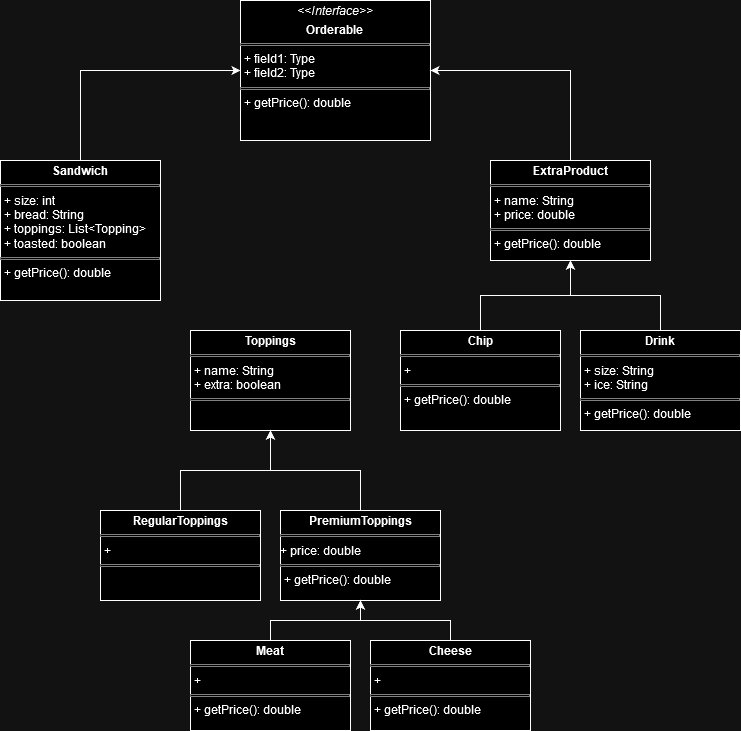
nitrodum/DELI-cious keeps this draw.io diagram as ReadMeImages/diagram.png. Above is the earlier version. Source tidied: cells renumbered, new cells last; positions are measured from the earlier drawing's top-left corner, leaving out a move shared by most shapes. Source of this version:
```xml
<mxGraphModel>
  <root>
    <mxCell id="0" />
    <mxCell id="1" parent="0" />
    <mxCell id="2" style="edgeStyle=orthogonalEdgeStyle;rounded=0;jettySize=auto;html=1;exitX=0.5;exitY=0;exitDx=0;exitDy=0;entryX=0;entryY=0.5;entryDx=0;entryDy=0;" parent="1" edge="1" source="3" target="13">
      <mxGeometry relative="1" as="geometry" />
    </mxCell>
    <mxCell id="3" value="&lt;p style=&quot;margin:0px;margin-top:4px;text-align:center;&quot;&gt;&lt;b&gt;Sandwich&lt;/b&gt;&lt;/p&gt;&lt;hr size=&quot;1&quot; style=&quot;border-style:solid;&quot;&gt;&lt;p style=&quot;margin:0px;margin-left:4px;&quot;&gt;+ size: int&lt;/p&gt;&lt;p style=&quot;margin:0px;margin-left:4px;&quot;&gt;+ bread: String&lt;br&gt;&lt;/p&gt;&lt;p style=&quot;margin:0px;margin-left:4px;&quot;&gt;+ toppings: List&amp;lt;Topping&amp;gt;&lt;/p&gt;&lt;p style=&quot;margin:0px;margin-left:4px;&quot;&gt;+ toasted: boolean&lt;br&gt;&lt;/p&gt;&lt;hr size=&quot;1&quot; style=&quot;border-style:solid;&quot;&gt;&lt;p style=&quot;margin:0px;margin-left:4px;&quot;&gt;+ getPrice(): double&lt;br&gt;&lt;/p&gt;" style="verticalAlign=top;align=left;overflow=fill;html=1;whiteSpace=wrap;" parent="1" vertex="1">
      <mxGeometry y="160" width="160" height="140" as="geometry" />
    </mxCell>
    <mxCell id="4" value="&lt;p style=&quot;margin:0px;margin-top:4px;text-align:center;&quot;&gt;&lt;b&gt;Toppings&lt;/b&gt;&lt;/p&gt;&lt;hr size=&quot;1&quot; style=&quot;border-style:solid;&quot;&gt;&lt;p style=&quot;margin:0px;margin-left:4px;&quot;&gt;+ name: String&lt;br&gt;&lt;/p&gt;&lt;p style=&quot;margin:0px;margin-left:4px;&quot;&gt;+ extra: boolean&lt;br&gt;&lt;/p&gt;&lt;hr size=&quot;1&quot; style=&quot;border-style:solid;&quot;&gt;&lt;p style=&quot;margin:0px;margin-left:4px;&quot;&gt;&lt;br&gt;&lt;/p&gt;" style="verticalAlign=top;align=left;overflow=fill;html=1;whiteSpace=wrap;" parent="1" vertex="1">
      <mxGeometry x="190" y="330" width="160" height="100" as="geometry" />
    </mxCell>
    <mxCell id="5" style="edgeStyle=orthogonalEdgeStyle;rounded=0;jettySize=auto;html=1;exitX=0.5;exitY=0;exitDx=0;exitDy=0;entryX=0.5;entryY=1;entryDx=0;entryDy=0;" parent="1" edge="1" source="6" target="4">
      <mxGeometry relative="1" as="geometry" />
    </mxCell>
    <mxCell id="6" value="&lt;p style=&quot;margin:0px;margin-top:4px;text-align:center;&quot;&gt;&lt;b&gt;RegularToppings&lt;/b&gt;&lt;/p&gt;&lt;hr size=&quot;1&quot; style=&quot;border-style:solid;&quot;&gt;&lt;p style=&quot;margin:0px;margin-left:4px;&quot;&gt;+ &lt;br&gt;&lt;/p&gt;&lt;hr size=&quot;1&quot; style=&quot;border-style:solid;&quot;&gt;&lt;p style=&quot;margin:0px;margin-left:4px;&quot;&gt;&lt;br&gt;&lt;/p&gt;" style="verticalAlign=top;align=left;overflow=fill;html=1;whiteSpace=wrap;" parent="1" vertex="1">
      <mxGeometry x="100" y="510" width="160" height="90" as="geometry" />
    </mxCell>
    <mxCell id="7" style="edgeStyle=orthogonalEdgeStyle;rounded=0;jettySize=auto;html=1;exitX=0.5;exitY=0;exitDx=0;exitDy=0;entryX=0.5;entryY=1;entryDx=0;entryDy=0;" parent="1" edge="1" source="8" target="4">
      <mxGeometry relative="1" as="geometry" />
    </mxCell>
    <mxCell id="8" value="&lt;p style=&quot;margin:0px;margin-top:4px;text-align:center;&quot;&gt;&lt;b&gt;PremiumToppings&lt;/b&gt;&lt;/p&gt;&lt;hr size=&quot;1&quot; style=&quot;border-style:solid;&quot;&gt;+ price: double&lt;hr size=&quot;1&quot; style=&quot;border-style:solid;&quot;&gt;&lt;p style=&quot;margin:0px;margin-left:4px;&quot;&gt;+ getPrice(): double&lt;/p&gt;" style="verticalAlign=top;align=left;overflow=fill;html=1;whiteSpace=wrap;" parent="1" vertex="1">
      <mxGeometry x="280" y="510" width="160" height="90" as="geometry" />
    </mxCell>
    <mxCell id="9" style="edgeStyle=orthogonalEdgeStyle;rounded=0;jettySize=auto;html=1;exitX=0.5;exitY=0;exitDx=0;exitDy=0;entryX=0.5;entryY=1;entryDx=0;entryDy=0;" parent="1" edge="1" source="10" target="15">
      <mxGeometry relative="1" as="geometry" />
    </mxCell>
    <mxCell id="10" value="&lt;p style=&quot;margin:0px;margin-top:4px;text-align:center;&quot;&gt;&lt;b&gt;Drink&lt;/b&gt;&lt;/p&gt;&lt;hr size=&quot;1&quot; style=&quot;border-style:solid;&quot;&gt;&lt;p style=&quot;margin:0px;margin-left:4px;&quot;&gt;+ size: String&lt;/p&gt;&lt;p style=&quot;margin:0px;margin-left:4px;&quot;&gt;+ ice: String&lt;br&gt;&lt;/p&gt;&lt;hr size=&quot;1&quot; style=&quot;border-style:solid;&quot;&gt;&lt;p style=&quot;margin:0px;margin-left:4px;&quot;&gt;+ getPrice(): double&lt;/p&gt;" style="verticalAlign=top;align=left;overflow=fill;html=1;whiteSpace=wrap;" parent="1" vertex="1">
      <mxGeometry x="580" y="330" width="160" height="100" as="geometry" />
    </mxCell>
    <mxCell id="11" style="edgeStyle=orthogonalEdgeStyle;rounded=0;jettySize=auto;html=1;exitX=0.5;exitY=0;exitDx=0;exitDy=0;entryX=0.5;entryY=1;entryDx=0;entryDy=0;" parent="1" edge="1" source="12" target="15">
      <mxGeometry relative="1" as="geometry" />
    </mxCell>
    <mxCell id="12" value="&lt;p style=&quot;margin:0px;margin-top:4px;text-align:center;&quot;&gt;&lt;b&gt;Chip&lt;/b&gt;&lt;/p&gt;&lt;hr size=&quot;1&quot; style=&quot;border-style:solid;&quot;&gt;&lt;p style=&quot;margin:0px;margin-left:4px;&quot;&gt;+ &lt;br&gt;&lt;/p&gt;&lt;hr size=&quot;1&quot; style=&quot;border-style:solid;&quot;&gt;&lt;p style=&quot;margin:0px;margin-left:4px;&quot;&gt;+ getPrice(): double&lt;/p&gt;" style="verticalAlign=top;align=left;overflow=fill;html=1;whiteSpace=wrap;" parent="1" vertex="1">
      <mxGeometry x="400" y="330" width="160" height="100" as="geometry" />
    </mxCell>
    <mxCell id="13" value="&lt;p style=&quot;margin:0px;margin-top:4px;text-align:center;&quot;&gt;&lt;i&gt;&amp;lt;&amp;lt;Interface&amp;gt;&amp;gt;&lt;/i&gt;&lt;/p&gt;&lt;p style=&quot;margin:0px;margin-top:4px;text-align:center;&quot;&gt;&lt;b&gt;Orderable&lt;/b&gt;&lt;br&gt;&lt;/p&gt;&lt;hr size=&quot;1&quot; style=&quot;border-style:solid;&quot;&gt;&lt;p style=&quot;margin:0px;margin-left:4px;&quot;&gt;+ field1: Type&lt;br&gt;+ field2: Type&lt;/p&gt;&lt;hr size=&quot;1&quot; style=&quot;border-style:solid;&quot;&gt;&lt;p style=&quot;margin:0px;margin-left:4px;&quot;&gt;+ getPrice(): double&lt;/p&gt;" style="verticalAlign=top;align=left;overflow=fill;html=1;whiteSpace=wrap;" parent="1" vertex="1">
      <mxGeometry x="240" width="190" height="140" as="geometry" />
    </mxCell>
    <mxCell id="14" style="edgeStyle=orthogonalEdgeStyle;rounded=0;jettySize=auto;html=1;exitX=0.5;exitY=0;exitDx=0;exitDy=0;entryX=1;entryY=0.5;entryDx=0;entryDy=0;" parent="1" edge="1" source="15" target="13">
      <mxGeometry relative="1" as="geometry" />
    </mxCell>
    <mxCell id="15" value="&lt;p style=&quot;margin:0px;margin-top:4px;text-align:center;&quot;&gt;&lt;b&gt;ExtraProduct&lt;/b&gt;&lt;/p&gt;&lt;hr size=&quot;1&quot; style=&quot;border-style:solid;&quot;&gt;&lt;p style=&quot;margin:0px;margin-left:4px;&quot;&gt;+ name: String&lt;br&gt;&lt;/p&gt;&lt;p style=&quot;margin:0px;margin-left:4px;&quot;&gt;+ price: double&lt;br&gt;&lt;/p&gt;&lt;hr size=&quot;1&quot; style=&quot;border-style:solid;&quot;&gt;&lt;p style=&quot;margin:0px;margin-left:4px;&quot;&gt;+ getPrice(): double&lt;/p&gt;" style="verticalAlign=top;align=left;overflow=fill;html=1;whiteSpace=wrap;" parent="1" vertex="1">
      <mxGeometry x="490" y="160" width="160" height="100" as="geometry" />
    </mxCell>
    <mxCell id="16" style="edgeStyle=orthogonalEdgeStyle;rounded=0;jettySize=auto;html=1;exitX=0.5;exitY=0;exitDx=0;exitDy=0;entryX=0.5;entryY=1;entryDx=0;entryDy=0;" parent="1" edge="1" source="17" target="8">
      <mxGeometry relative="1" as="geometry" />
    </mxCell>
    <mxCell id="17" value="&lt;p style=&quot;margin:0px;margin-top:4px;text-align:center;&quot;&gt;&lt;b&gt;Meat&lt;/b&gt;&lt;/p&gt;&lt;hr size=&quot;1&quot; style=&quot;border-style:solid;&quot;&gt;&lt;p style=&quot;margin:0px;margin-left:4px;&quot;&gt;+ &lt;br&gt;&lt;/p&gt;&lt;hr size=&quot;1&quot; style=&quot;border-style:solid;&quot;&gt;&lt;p style=&quot;margin:0px;margin-left:4px;&quot;&gt;+ getPrice(): double&lt;/p&gt;" style="verticalAlign=top;align=left;overflow=fill;html=1;whiteSpace=wrap;" parent="1" vertex="1">
      <mxGeometry x="190" y="640" width="160" height="90" as="geometry" />
    </mxCell>
    <mxCell id="18" style="edgeStyle=orthogonalEdgeStyle;rounded=0;jettySize=auto;html=1;exitX=0.5;exitY=0;exitDx=0;exitDy=0;entryX=0.5;entryY=1;entryDx=0;entryDy=0;" parent="1" edge="1" source="19" target="8">
      <mxGeometry relative="1" as="geometry" />
    </mxCell>
    <mxCell id="19" value="&lt;p style=&quot;margin:0px;margin-top:4px;text-align:center;&quot;&gt;&lt;b&gt;Cheese&lt;/b&gt;&lt;/p&gt;&lt;hr size=&quot;1&quot; style=&quot;border-style:solid;&quot;&gt;&lt;p style=&quot;margin:0px;margin-left:4px;&quot;&gt;+ &lt;br&gt;&lt;/p&gt;&lt;hr size=&quot;1&quot; style=&quot;border-style:solid;&quot;&gt;&lt;p style=&quot;margin:0px;margin-left:4px;&quot;&gt;+ getPrice(): double&lt;/p&gt;" style="verticalAlign=top;align=left;overflow=fill;html=1;whiteSpace=wrap;" parent="1" vertex="1">
      <mxGeometry x="370" y="640" width="160" height="90" as="geometry" />
    </mxCell>
  </root>
</mxGraphModel>
```
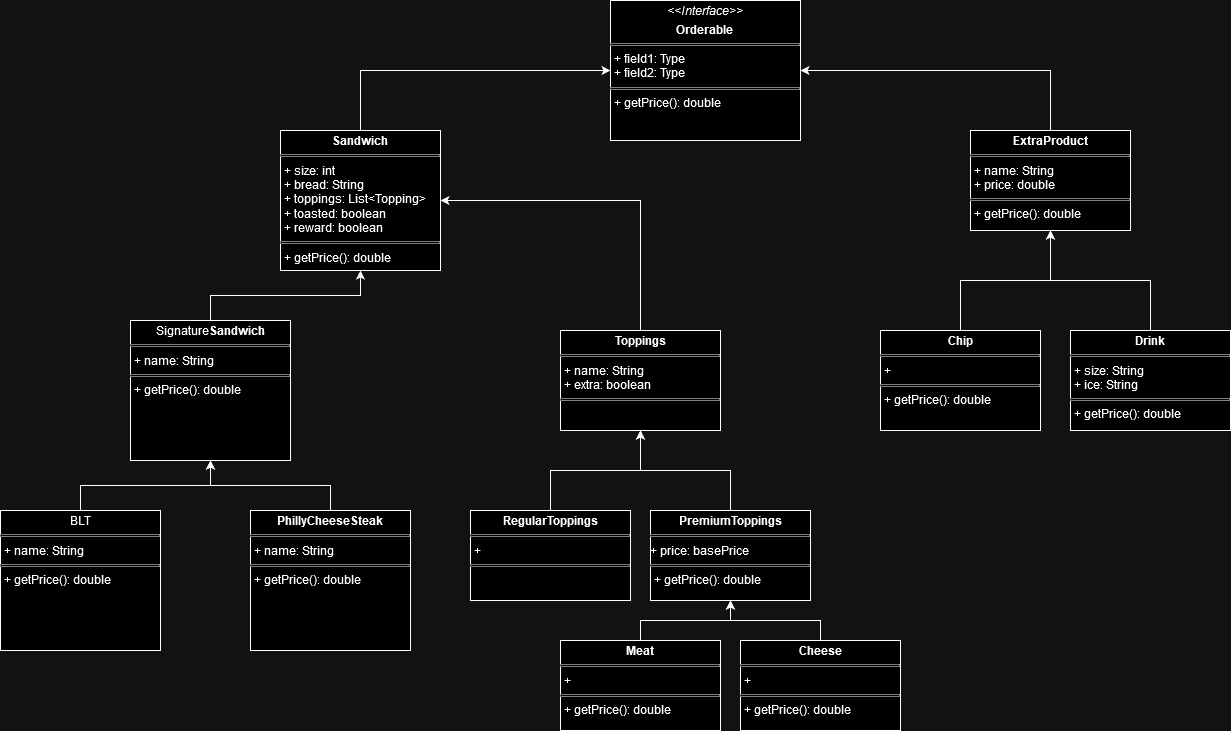
After the change.

Diff of the diagram source:
```diff
@@ -5,9 +5,12 @@
     <mxCell id="2" style="edgeStyle=orthogonalEdgeStyle;rounded=0;jettySize=auto;html=1;exitX=0.5;exitY=0;exitDx=0;exitDy=0;entryX=0;entryY=0.5;entryDx=0;entryDy=0;" parent="1" edge="1" source="3" target="13">
       <mxGeometry relative="1" as="geometry" />
     </mxCell>
-    <mxCell id="3" value="&lt;p style=&quot;margin:0px;margin-top:4px;text-align:center;&quot;&gt;&lt;b&gt;Sandwich&lt;/b&gt;&lt;/p&gt;&lt;hr size=&quot;1&quot; style=&quot;border-style:solid;&quot;&gt;&lt;p style=&quot;margin:0px;margin-left:4px;&quot;&gt;+ size: int&lt;/p&gt;&lt;p style=&quot;margin:0px;margin-left:4px;&quot;&gt;+ bread: String&lt;br&gt;&lt;/p&gt;&lt;p style=&quot;margin:0px;margin-left:4px;&quot;&gt;+ toppings: List&amp;lt;Topping&amp;gt;&lt;/p&gt;&lt;p style=&quot;margin:0px;margin-left:4px;&quot;&gt;+ toasted: boolean&lt;br&gt;&lt;/p&gt;&lt;hr size=&quot;1&quot; style=&quot;border-style:solid;&quot;&gt;&lt;p style=&quot;margin:0px;margin-left:4px;&quot;&gt;+ getPrice(): double&lt;br&gt;&lt;/p&gt;" style="verticalAlign=top;align=left;overflow=fill;html=1;whiteSpace=wrap;" parent="1" vertex="1">
-      <mxGeometry y="160" width="160" height="140" as="geometry" />
+    <mxCell id="3" value="&lt;p style=&quot;margin:0px;margin-top:4px;text-align:center;&quot;&gt;&lt;b&gt;Sandwich&lt;/b&gt;&lt;/p&gt;&lt;hr size=&quot;1&quot; style=&quot;border-style:solid;&quot;&gt;&lt;p style=&quot;margin:0px;margin-left:4px;&quot;&gt;+ size: int&lt;/p&gt;&lt;p style=&quot;margin:0px;margin-left:4px;&quot;&gt;+ bread: String&lt;br&gt;&lt;/p&gt;&lt;p style=&quot;margin:0px;margin-left:4px;&quot;&gt;+ toppings: List&amp;lt;Topping&amp;gt;&lt;/p&gt;&lt;p style=&quot;margin:0px;margin-left:4px;&quot;&gt;+ toasted: boolean&lt;/p&gt;&lt;p style=&quot;margin:0px;margin-left:4px;&quot;&gt;+ reward: boolean&lt;br&gt;&lt;/p&gt;&lt;hr size=&quot;1&quot; style=&quot;border-style:solid;&quot;&gt;&lt;p style=&quot;margin:0px;margin-left:4px;&quot;&gt;+ getPrice(): double&lt;br&gt;&lt;/p&gt;" style="verticalAlign=top;align=left;overflow=fill;html=1;whiteSpace=wrap;" parent="1" vertex="1">
+      <mxGeometry x="-90" y="130" width="160" height="140" as="geometry" />
     </mxCell>
+    <mxCell id="20" style="edgeStyle=orthogonalEdgeStyle;rounded=0;jettySize=auto;html=1;exitX=0.5;exitY=0;exitDx=0;exitDy=0;entryX=1;entryY=0.5;entryDx=0;entryDy=0;" parent="1" edge="1" source="4" target="3">
+      <mxGeometry relative="1" as="geometry" />
+    </mxCell>
     <mxCell id="4" value="&lt;p style=&quot;margin:0px;margin-top:4px;text-align:center;&quot;&gt;&lt;b&gt;Toppings&lt;/b&gt;&lt;/p&gt;&lt;hr size=&quot;1&quot; style=&quot;border-style:solid;&quot;&gt;&lt;p style=&quot;margin:0px;margin-left:4px;&quot;&gt;+ name: String&lt;br&gt;&lt;/p&gt;&lt;p style=&quot;margin:0px;margin-left:4px;&quot;&gt;+ extra: boolean&lt;br&gt;&lt;/p&gt;&lt;hr size=&quot;1&quot; style=&quot;border-style:solid;&quot;&gt;&lt;p style=&quot;margin:0px;margin-left:4px;&quot;&gt;&lt;br&gt;&lt;/p&gt;" style="verticalAlign=top;align=left;overflow=fill;html=1;whiteSpace=wrap;" parent="1" vertex="1">
       <mxGeometry x="190" y="330" width="160" height="100" as="geometry" />
     </mxCell>
@@ -20,20 +23,20 @@
     <mxCell id="7" style="edgeStyle=orthogonalEdgeStyle;rounded=0;jettySize=auto;html=1;exitX=0.5;exitY=0;exitDx=0;exitDy=0;entryX=0.5;entryY=1;entryDx=0;entryDy=0;" parent="1" edge="1" source="8" target="4">
       <mxGeometry relative="1" as="geometry" />
     </mxCell>
-    <mxCell id="8" value="&lt;p style=&quot;margin:0px;margin-top:4px;text-align:center;&quot;&gt;&lt;b&gt;PremiumToppings&lt;/b&gt;&lt;/p&gt;&lt;hr size=&quot;1&quot; style=&quot;border-style:solid;&quot;&gt;+ price: double&lt;hr size=&quot;1&quot; style=&quot;border-style:solid;&quot;&gt;&lt;p style=&quot;margin:0px;margin-left:4px;&quot;&gt;+ getPrice(): double&lt;/p&gt;" style="verticalAlign=top;align=left;overflow=fill;html=1;whiteSpace=wrap;" parent="1" vertex="1">
+    <mxCell id="8" value="&lt;p style=&quot;margin:0px;margin-top:4px;text-align:center;&quot;&gt;&lt;b&gt;PremiumToppings&lt;/b&gt;&lt;/p&gt;&lt;hr size=&quot;1&quot; style=&quot;border-style:solid;&quot;&gt;+ price: basePrice&lt;br&gt;&lt;hr size=&quot;1&quot; style=&quot;border-style:solid;&quot;&gt;&lt;p style=&quot;margin:0px;margin-left:4px;&quot;&gt;+ getPrice(): double&lt;/p&gt;" style="verticalAlign=top;align=left;overflow=fill;html=1;whiteSpace=wrap;" parent="1" vertex="1">
       <mxGeometry x="280" y="510" width="160" height="90" as="geometry" />
     </mxCell>
     <mxCell id="9" style="edgeStyle=orthogonalEdgeStyle;rounded=0;jettySize=auto;html=1;exitX=0.5;exitY=0;exitDx=0;exitDy=0;entryX=0.5;entryY=1;entryDx=0;entryDy=0;" parent="1" edge="1" source="10" target="15">
       <mxGeometry relative="1" as="geometry" />
     </mxCell>
     <mxCell id="10" value="&lt;p style=&quot;margin:0px;margin-top:4px;text-align:center;&quot;&gt;&lt;b&gt;Drink&lt;/b&gt;&lt;/p&gt;&lt;hr size=&quot;1&quot; style=&quot;border-style:solid;&quot;&gt;&lt;p style=&quot;margin:0px;margin-left:4px;&quot;&gt;+ size: String&lt;/p&gt;&lt;p style=&quot;margin:0px;margin-left:4px;&quot;&gt;+ ice: String&lt;br&gt;&lt;/p&gt;&lt;hr size=&quot;1&quot; style=&quot;border-style:solid;&quot;&gt;&lt;p style=&quot;margin:0px;margin-left:4px;&quot;&gt;+ getPrice(): double&lt;/p&gt;" style="verticalAlign=top;align=left;overflow=fill;html=1;whiteSpace=wrap;" parent="1" vertex="1">
-      <mxGeometry x="580" y="330" width="160" height="100" as="geometry" />
+      <mxGeometry x="700" y="330" width="160" height="100" as="geometry" />
     </mxCell>
     <mxCell id="11" style="edgeStyle=orthogonalEdgeStyle;rounded=0;jettySize=auto;html=1;exitX=0.5;exitY=0;exitDx=0;exitDy=0;entryX=0.5;entryY=1;entryDx=0;entryDy=0;" parent="1" edge="1" source="12" target="15">
       <mxGeometry relative="1" as="geometry" />
     </mxCell>
     <mxCell id="12" value="&lt;p style=&quot;margin:0px;margin-top:4px;text-align:center;&quot;&gt;&lt;b&gt;Chip&lt;/b&gt;&lt;/p&gt;&lt;hr size=&quot;1&quot; style=&quot;border-style:solid;&quot;&gt;&lt;p style=&quot;margin:0px;margin-left:4px;&quot;&gt;+ &lt;br&gt;&lt;/p&gt;&lt;hr size=&quot;1&quot; style=&quot;border-style:solid;&quot;&gt;&lt;p style=&quot;margin:0px;margin-left:4px;&quot;&gt;+ getPrice(): double&lt;/p&gt;" style="verticalAlign=top;align=left;overflow=fill;html=1;whiteSpace=wrap;" parent="1" vertex="1">
-      <mxGeometry x="400" y="330" width="160" height="100" as="geometry" />
+      <mxGeometry x="510" y="330" width="160" height="100" as="geometry" />
     </mxCell>
     <mxCell id="13" value="&lt;p style=&quot;margin:0px;margin-top:4px;text-align:center;&quot;&gt;&lt;i&gt;&amp;lt;&amp;lt;Interface&amp;gt;&amp;gt;&lt;/i&gt;&lt;/p&gt;&lt;p style=&quot;margin:0px;margin-top:4px;text-align:center;&quot;&gt;&lt;b&gt;Orderable&lt;/b&gt;&lt;br&gt;&lt;/p&gt;&lt;hr size=&quot;1&quot; style=&quot;border-style:solid;&quot;&gt;&lt;p style=&quot;margin:0px;margin-left:4px;&quot;&gt;+ field1: Type&lt;br&gt;+ field2: Type&lt;/p&gt;&lt;hr size=&quot;1&quot; style=&quot;border-style:solid;&quot;&gt;&lt;p style=&quot;margin:0px;margin-left:4px;&quot;&gt;+ getPrice(): double&lt;/p&gt;" style="verticalAlign=top;align=left;overflow=fill;html=1;whiteSpace=wrap;" parent="1" vertex="1">
       <mxGeometry x="240" width="190" height="140" as="geometry" />
@@ -42,7 +45,7 @@
       <mxGeometry relative="1" as="geometry" />
     </mxCell>
     <mxCell id="15" value="&lt;p style=&quot;margin:0px;margin-top:4px;text-align:center;&quot;&gt;&lt;b&gt;ExtraProduct&lt;/b&gt;&lt;/p&gt;&lt;hr size=&quot;1&quot; style=&quot;border-style:solid;&quot;&gt;&lt;p style=&quot;margin:0px;margin-left:4px;&quot;&gt;+ name: String&lt;br&gt;&lt;/p&gt;&lt;p style=&quot;margin:0px;margin-left:4px;&quot;&gt;+ price: double&lt;br&gt;&lt;/p&gt;&lt;hr size=&quot;1&quot; style=&quot;border-style:solid;&quot;&gt;&lt;p style=&quot;margin:0px;margin-left:4px;&quot;&gt;+ getPrice(): double&lt;/p&gt;" style="verticalAlign=top;align=left;overflow=fill;html=1;whiteSpace=wrap;" parent="1" vertex="1">
-      <mxGeometry x="490" y="160" width="160" height="100" as="geometry" />
+      <mxGeometry x="600" y="130" width="160" height="100" as="geometry" />
     </mxCell>
     <mxCell id="16" style="edgeStyle=orthogonalEdgeStyle;rounded=0;jettySize=auto;html=1;exitX=0.5;exitY=0;exitDx=0;exitDy=0;entryX=0.5;entryY=1;entryDx=0;entryDy=0;" parent="1" edge="1" source="17" target="8">
       <mxGeometry relative="1" as="geometry" />
@@ -56,5 +59,23 @@
     <mxCell id="19" value="&lt;p style=&quot;margin:0px;margin-top:4px;text-align:center;&quot;&gt;&lt;b&gt;Cheese&lt;/b&gt;&lt;/p&gt;&lt;hr size=&quot;1&quot; style=&quot;border-style:solid;&quot;&gt;&lt;p style=&quot;margin:0px;margin-left:4px;&quot;&gt;+ &lt;br&gt;&lt;/p&gt;&lt;hr size=&quot;1&quot; style=&quot;border-style:solid;&quot;&gt;&lt;p style=&quot;margin:0px;margin-left:4px;&quot;&gt;+ getPrice(): double&lt;/p&gt;" style="verticalAlign=top;align=left;overflow=fill;html=1;whiteSpace=wrap;" parent="1" vertex="1">
       <mxGeometry x="370" y="640" width="160" height="90" as="geometry" />
     </mxCell>
+    <mxCell id="21" style="edgeStyle=orthogonalEdgeStyle;rounded=0;jettySize=auto;html=1;exitX=0.5;exitY=0;exitDx=0;exitDy=0;entryX=0.5;entryY=1;entryDx=0;entryDy=0;" parent="1" edge="1" source="22" target="3">
+      <mxGeometry relative="1" as="geometry" />
+    </mxCell>
+    <mxCell id="22" value="&lt;p style=&quot;margin:0px;margin-top:4px;text-align:center;&quot;&gt;Signature&lt;b&gt;Sandwich&lt;/b&gt;&lt;/p&gt;&lt;hr size=&quot;1&quot; style=&quot;border-style:solid;&quot;&gt;&lt;p style=&quot;margin:0px;margin-left:4px;&quot;&gt;+ name: String&lt;br&gt;&lt;/p&gt;&lt;hr size=&quot;1&quot; style=&quot;border-style:solid;&quot;&gt;&lt;p style=&quot;margin:0px;margin-left:4px;&quot;&gt;+ getPrice(): double&lt;br&gt;&lt;/p&gt;" style="verticalAlign=top;align=left;overflow=fill;html=1;whiteSpace=wrap;" parent="1" vertex="1">
+      <mxGeometry x="-240" y="320" width="160" height="140" as="geometry" />
+    </mxCell>
+    <mxCell id="23" style="edgeStyle=orthogonalEdgeStyle;rounded=0;jettySize=auto;html=1;entryX=0.5;entryY=1;entryDx=0;entryDy=0;" parent="1" edge="1" source="24" target="22">
+      <mxGeometry relative="1" as="geometry" />
+    </mxCell>
+    <mxCell id="24" value="&lt;p style=&quot;margin:0px;margin-top:4px;text-align:center;&quot;&gt;BLT&lt;/p&gt;&lt;hr size=&quot;1&quot; style=&quot;border-style:solid;&quot;&gt;&lt;p style=&quot;margin:0px;margin-left:4px;&quot;&gt;+ name: String&lt;br&gt;&lt;/p&gt;&lt;hr size=&quot;1&quot; style=&quot;border-style:solid;&quot;&gt;&lt;p style=&quot;margin:0px;margin-left:4px;&quot;&gt;+ getPrice(): double&lt;br&gt;&lt;/p&gt;" style="verticalAlign=top;align=left;overflow=fill;html=1;whiteSpace=wrap;" parent="1" vertex="1">
+      <mxGeometry x="-370" y="510" width="160" height="140" as="geometry" />
+    </mxCell>
+    <mxCell id="25" style="edgeStyle=orthogonalEdgeStyle;rounded=0;jettySize=auto;html=1;entryX=0.5;entryY=1;entryDx=0;entryDy=0;" parent="1" edge="1" source="26" target="22">
+      <mxGeometry relative="1" as="geometry" />
+    </mxCell>
+    <mxCell id="26" value="&lt;p style=&quot;margin:0px;margin-top:4px;text-align:center;&quot;&gt;&lt;b&gt;PhillyCheeseSteak&lt;/b&gt;&lt;br&gt;&lt;/p&gt;&lt;hr size=&quot;1&quot; style=&quot;border-style:solid;&quot;&gt;&lt;p style=&quot;margin:0px;margin-left:4px;&quot;&gt;+ name: String&lt;br&gt;&lt;/p&gt;&lt;hr size=&quot;1&quot; style=&quot;border-style:solid;&quot;&gt;&lt;p style=&quot;margin:0px;margin-left:4px;&quot;&gt;+ getPrice(): double&lt;br&gt;&lt;/p&gt;" style="verticalAlign=top;align=left;overflow=fill;html=1;whiteSpace=wrap;" parent="1" vertex="1">
+      <mxGeometry x="-120" y="510" width="160" height="140" as="geometry" />
+    </mxCell>
   </root>
 </mxGraphModel>
```
